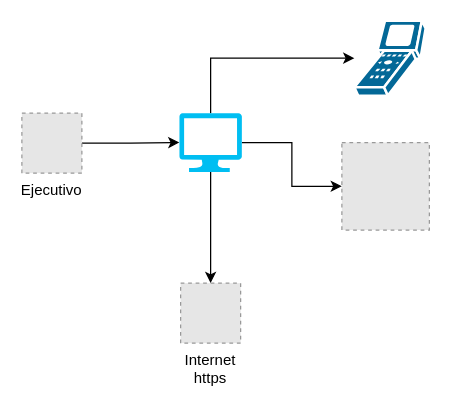
Churre/Everyting keeps this draw.io diagram as DiagramaArquitectura.drawio. Above is the earlier version. Source tidied: cells renumbered, new cells numbered last; positions are measured from the earlier drawing's top-left corner, leaving out a move shared by most shapes. Both pictures are drawn from the tidied source at 125%, with x=0, y=0 at pixel (21, 20). Pictures stored in the file or linked from it are replaced by grey dashed boxes.
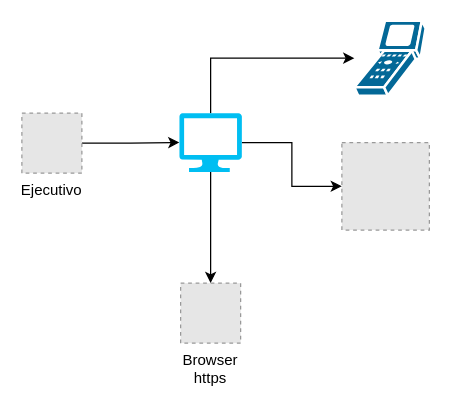
The same page after the edit.

What changed in the source:
```diff
@@
 <mxGraphModel>
   <root>
     <mxCell id="0" />
     <mxCell id="1" parent="0" />
-    <mxCell id="2" value="Internet&#10;https" style="fillColor=#E6E6E6;strokeColor=#999999;dashed=1;verticalLabelPosition=bottom;verticalAlign=top;labelBackgroundColor=#ffffff;" parent="1" vertex="1">
+    <mxCell id="2" value="Browser&#10;https" style="fillColor=#E6E6E6;strokeColor=#999999;dashed=1;verticalLabelPosition=bottom;verticalAlign=top;labelBackgroundColor=#ffffff;" parent="1" vertex="1">
       <mxGeometry x="127" y="210" width="48" height="48" as="geometry" />
     </mxCell>
     <mxCell id="3" style="edgeStyle=orthogonalEdgeStyle;rounded=0;jettySize=auto;html=1;entryX=0;entryY=0.5;entryDx=0;entryDy=0;entryPerimeter=0;" parent="1" edge="1" source="4" target="8">
       <mxGeometry relative="1" as="geometry" />
     </mxCell>
     <mxCell id="4" value="Ejecutivo" style="fillColor=#E6E6E6;strokeColor=#999999;dashed=1;verticalLabelPosition=bottom;verticalAlign=top;labelBackgroundColor=#ffffff;" parent="1" vertex="1">
       <mxGeometry y="74" width="48" height="48" as="geometry" />
     </mxCell>
     <mxCell id="5" style="edgeStyle=orthogonalEdgeStyle;rounded=0;jettySize=auto;html=1;" parent="1" edge="1" source="8" target="9">
       <mxGeometry relative="1" as="geometry" />
     </mxCell>
     <mxCell id="6" style="edgeStyle=orthogonalEdgeStyle;rounded=0;jettySize=auto;html=1;" parent="1" edge="1" source="8">
       <mxGeometry relative="1" as="geometry">
         <mxPoint x="266" y="30" as="targetPoint" />
         <Array as="points">
           <mxPoint x="151" y="30" />
         </Array>
       </mxGeometry>
     </mxCell>
     <mxCell id="7" style="edgeStyle=orthogonalEdgeStyle;rounded=0;jettySize=auto;html=1;entryX=0.5;entryY=0;entryDx=0;entryDy=0;" parent="1" edge="1" source="8" target="2">
       <mxGeometry relative="1" as="geometry" />
     </mxCell>
     <mxCell id="8" style="verticalLabelPosition=bottom;html=1;verticalAlign=top;align=center;strokeColor=none;fillColor=#00BEF2;shape=mxgraph.azure.computer;" parent="1" vertex="1">
       <mxGeometry x="126" y="74" width="50" height="47" as="geometry" />
     </mxCell>
     <mxCell id="9" style="fillColor=#E6E6E6;strokeColor=#999999;dashed=1;html=1;verticalAlign=top;verticalLabelPosition=bottom;labelBackgroundColor=#ffffff;" parent="1" vertex="1">
       <mxGeometry x="256" y="97.5" width="70" height="70" as="geometry" />
     </mxCell>
     <mxCell id="10" style="shape=mxgraph.cisco.computers_and_peripherals.scanner;html=1;dashed=0;fillColor=#036897;strokeColor=#ffffff;strokeWidth=2;verticalLabelPosition=bottom;verticalAlign=top;" parent="1" vertex="1">
       <mxGeometry x="266" width="57" height="60" as="geometry" />
     </mxCell>
   </root>
 </mxGraphModel>
```
